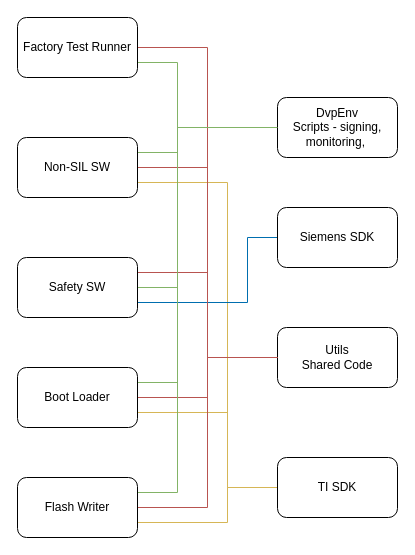
Earlier version of the draw.io diagram schematic/05-sw-repo-architecture.drawio (petrkucerak/diplom-thesis). Source tidied: cells renumbered, new cells numbered last; positions are measured from the earlier drawing's top-left corner, leaving out a move shared by most shapes. Both pictures are drawn from the tidied source at 100%, with x=0, y=0 at pixel (17, 17).
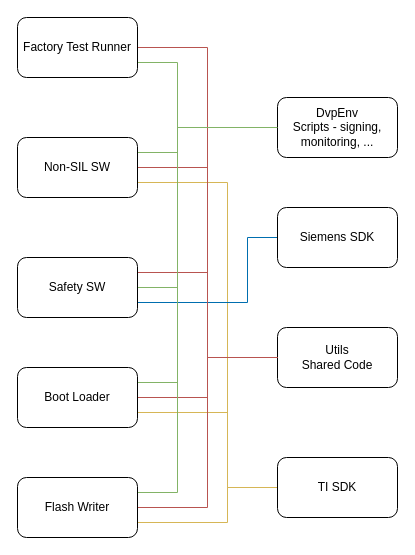
Above is the later version.

What changed in the source:
```diff
@@
-    <mxCell id="18" value="DvpEnv&lt;div&gt;Scripts - signing, monitoring,&amp;nbsp;&lt;/div&gt;" style="rounded=1;whiteSpace=wrap;html=1;" parent="1" vertex="1">
+    <mxCell id="18" value="DvpEnv&lt;div&gt;Scripts - signing, monitoring, ...&lt;/div&gt;" style="rounded=1;whiteSpace=wrap;html=1;" parent="1" vertex="1">
       <mxGeometry x="260" y="80" width="120" height="60" as="geometry" />
     </mxCell>
```
